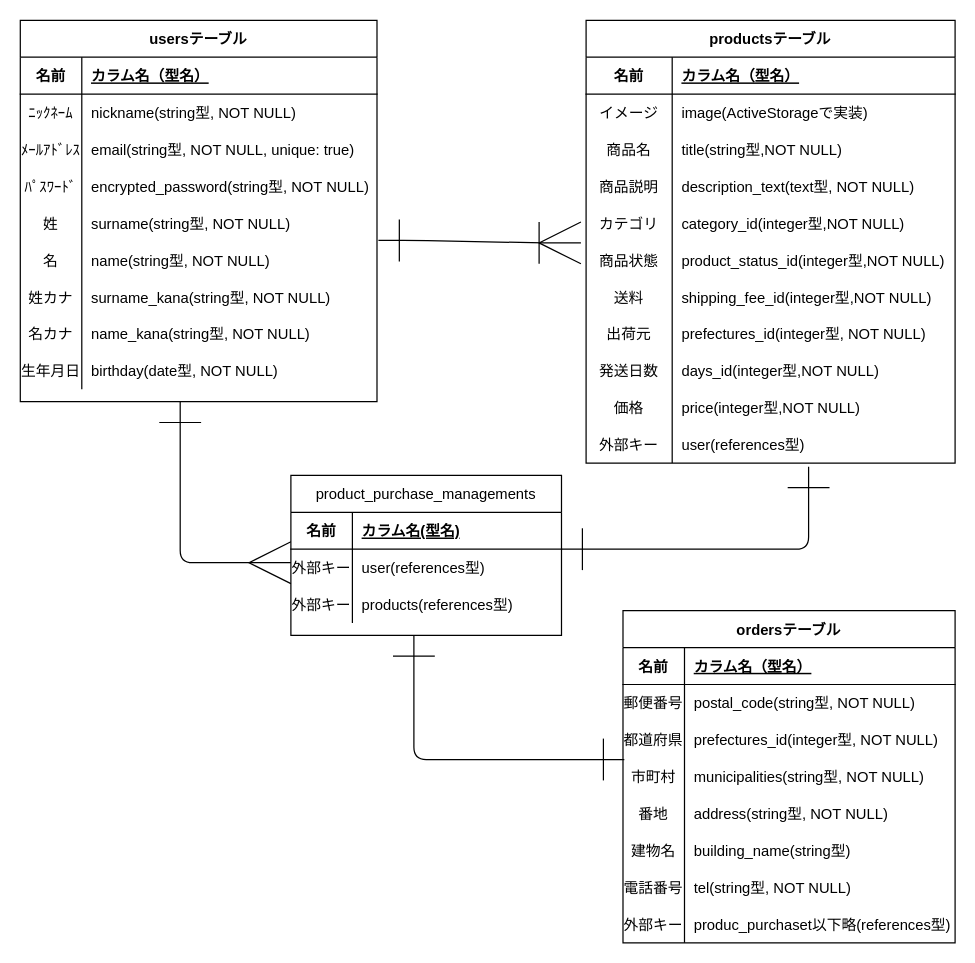
Earlier version of the draw.io diagram DBdesign.dio (Sazami4423/furima-28477). Source tidied: cells renumbered, new cells numbered last; positions are measured from the earlier drawing's top-left corner, leaving out a move shared by most shapes. Both pictures are drawn from the tidied source at 123%, with x=0, y=0 at pixel (20, 20).
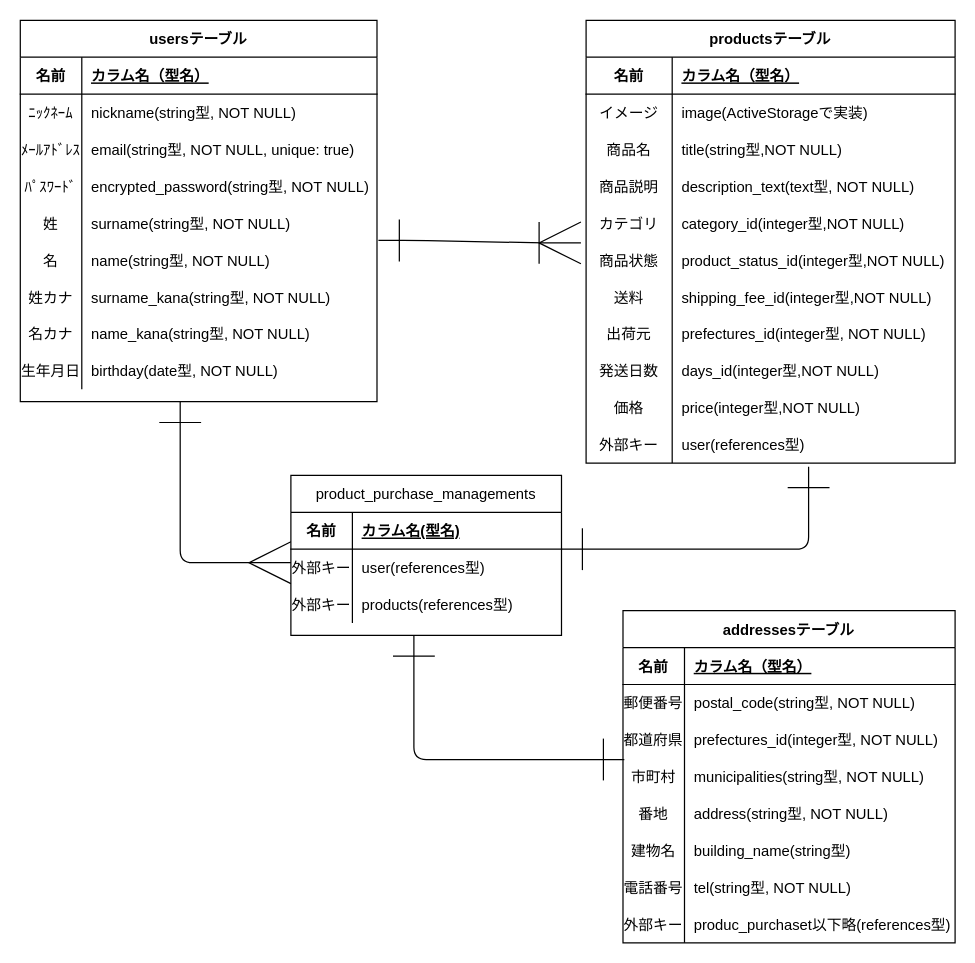
The same page after the edit.

Change to the diagram source:
```diff
@@
-    <mxCell id="36" value="ordersテーブル" style="shape=table;startSize=30;childLayout=tableLayout;rowLines=0;fontStyle=1;align=center;" parent="1" vertex="1">
+    <mxCell id="36" value="addressesテーブル" style="shape=table;startSize=30;childLayout=tableLayout;rowLines=0;fontStyle=1;align=center;" parent="1" vertex="1">
       <mxGeometry x="490" y="480" width="270" height="270" as="geometry" />
     </mxCell>
```
